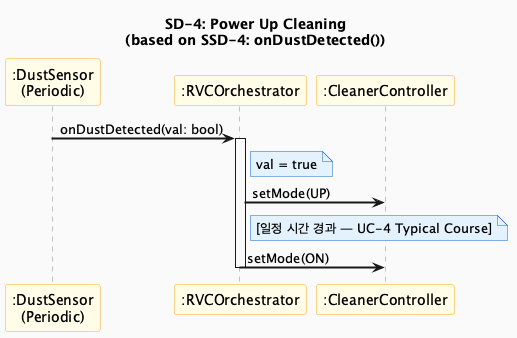
Before: docs/vibe-coding/03-ood/images/SD4_PowerUpCleaning.png, a diagram exported from PlantUML (OOP-konkuk/CICD-Team7). The source it was exported from:
```plantuml
@startuml SD4_PowerUpCleaning
skinparam backgroundColor #FAFAFA
skinparam sequenceArrowThickness 2
skinparam sequenceParticipantBackgroundColor #FFFDE7
skinparam sequenceParticipantBorderColor #F9A825
skinparam sequenceLifeLineBorderColor #888888
skinparam noteBackgroundColor #E3F2FD
skinparam noteBorderColor #1565C0

title SD-4: Power Up Cleaning\n(based on SSD-4: onDustDetected())

participant ":DustSensor\n(Periodic)" as DS
participant ":RVCOrchestrator" as Orch
participant ":CleanerController" as Cleaner

DS -> Orch : onDustDetected(val: bool)
activate Orch
note right of Orch : val = true
Orch -> Cleaner : setMode(UP)
note right of Orch : [일정 시간 경과 — UC-4 Typical Course]
Orch -> Cleaner : setMode(ON)
deactivate Orch
@enduml
```
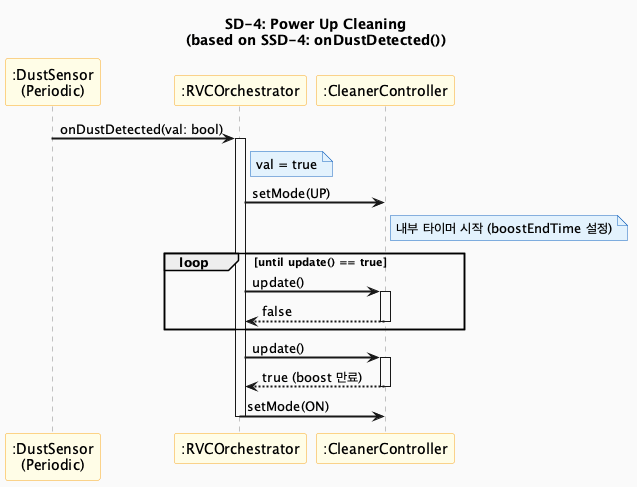
Above is the later version.

Commit message:
feat(ood/ooi): Add boost timer to CleanerController for UC-4 power-up duration

What changed in the source:
```diff
@@ -17,7 +17,20 @@
 activate Orch
 note right of Orch : val = true
 Orch -> Cleaner : setMode(UP)
-note right of Orch : [일정 시간 경과 — UC-4 Typical Course]
+note right of Cleaner : 내부 타이머 시작 (boostEndTime 설정)
+
+loop until update() == true
+  Orch -> Cleaner : update()
+  activate Cleaner
+  Cleaner --> Orch : false
+  deactivate Cleaner
+end
+
+Orch -> Cleaner : update()
+activate Cleaner
+Cleaner --> Orch : true (boost 만료)
+deactivate Cleaner
+
 Orch -> Cleaner : setMode(ON)
 deactivate Orch
 @enduml
```
